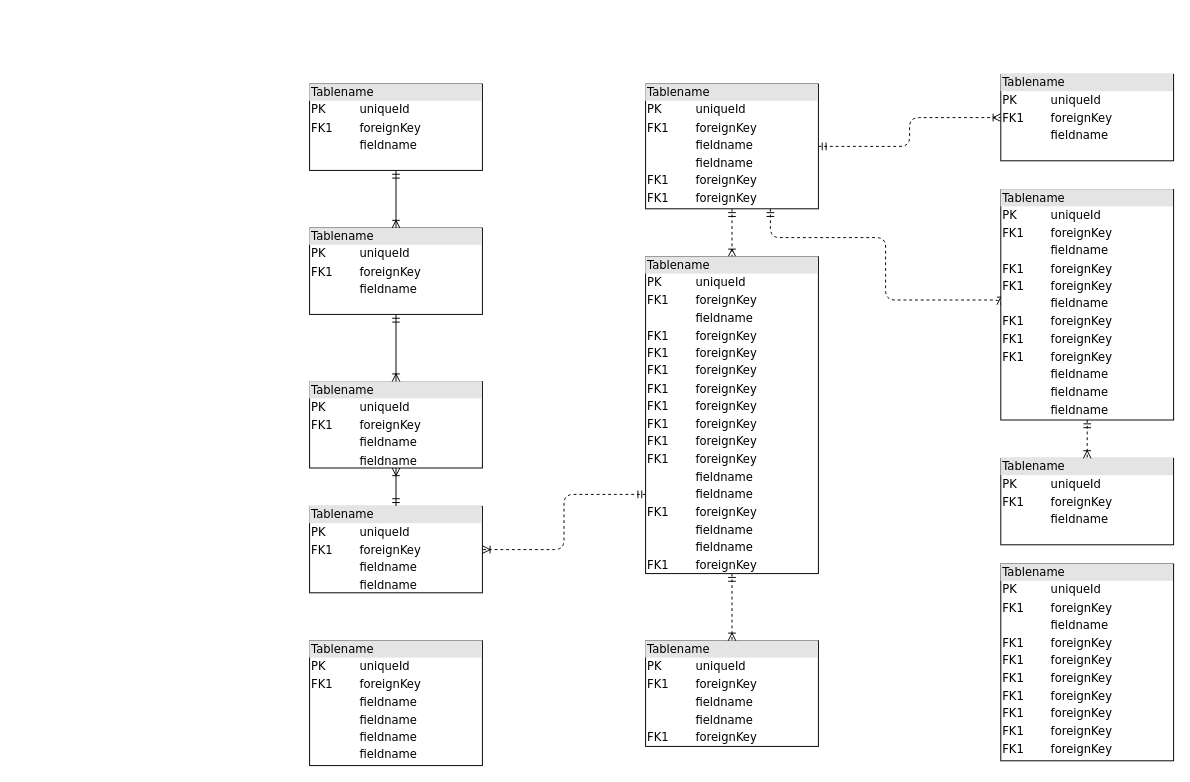
Before: Diagrama sin título.drawio in TechPioneerSV/DiagramaPV, a draw.io diagram. Source tidied: cells renumbered, new cells numbered last; positions are measured from the earlier drawing's top-left corner, leaving out a move shared by most shapes. Both pictures are drawn from the tidied source at 96%, with x=0, y=0 at pixel (309, 74).
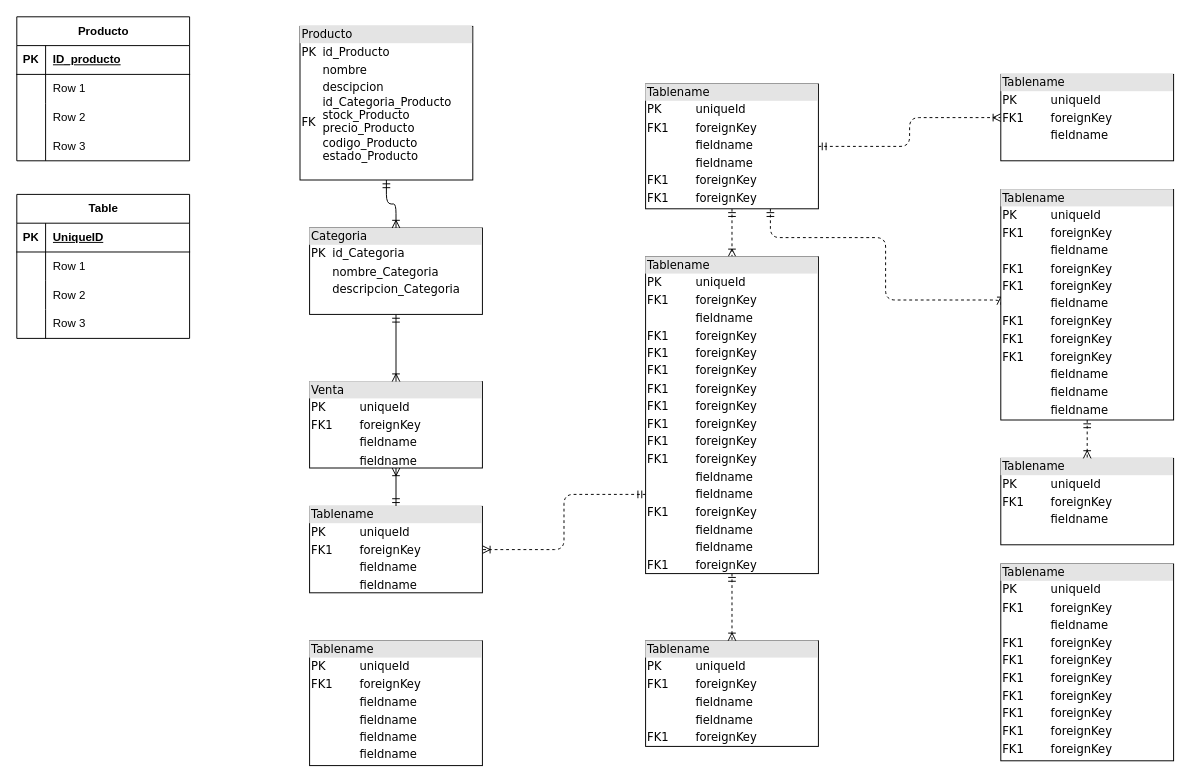
The same page after the edit.

The edit, as a diff of the source:
```diff
@@
-    <mxCell id="2" value="&lt;div style=&quot;box-sizing:border-box;width:100%;background:#e4e4e4;padding:2px;&quot;&gt;Tablename&lt;/div&gt;&lt;table style=&quot;width:100%;font-size:1em;&quot; cellpadding=&quot;2&quot; cellspacing=&quot;0&quot;&gt;&lt;tr&gt;&lt;td&gt;PK&lt;/td&gt;&lt;td&gt;uniqueId&lt;/td&gt;&lt;/tr&gt;&lt;tr&gt;&lt;td&gt;FK1&lt;/td&gt;&lt;td&gt;foreignKey&lt;/td&gt;&lt;/tr&gt;&lt;tr&gt;&lt;td&gt;&lt;/td&gt;&lt;td&gt;fieldname&lt;/td&gt;&lt;/tr&gt;&lt;/table&gt;" style="verticalAlign=top;align=left;overflow=fill;html=1;rounded=0;shadow=0;comic=0;labelBackgroundColor=none;strokeWidth=1;fontFamily=Verdana;fontSize=12;" parent="1" vertex="1">
-      <mxGeometry y="10" width="180" height="90" as="geometry" />
+    <mxCell id="2" value="&lt;div style=&quot;box-sizing:border-box;width:100%;background:#e4e4e4;padding:2px;&quot;&gt;Producto&lt;/div&gt;&lt;table style=&quot;width:100%;font-size:1em;&quot; cellpadding=&quot;2&quot; cellspacing=&quot;0&quot;&gt;&lt;tbody&gt;&lt;tr&gt;&lt;td&gt;PK&lt;/td&gt;&lt;td&gt;id_Producto&lt;/td&gt;&lt;/tr&gt;&lt;tr&gt;&lt;td&gt;&lt;br&gt;&lt;/td&gt;&lt;td&gt;nombre&lt;br&gt;&lt;/td&gt;&lt;/tr&gt;&lt;tr&gt;&lt;td&gt;FK&lt;br&gt;&lt;br&gt;&lt;/td&gt;&lt;td&gt;descipcion&lt;br&gt;id_Categoria_Producto&lt;br&gt;stock_Producto&lt;br&gt;precio_Producto&lt;br&gt;codigo_Producto&lt;br&gt;estado_Producto&lt;br&gt;&lt;br&gt;&lt;/td&gt;&lt;/tr&gt;&lt;/tbody&gt;&lt;/table&gt;" style="verticalAlign=top;align=left;overflow=fill;html=1;rounded=0;shadow=0;comic=0;labelBackgroundColor=none;strokeWidth=1;fontFamily=Verdana;fontSize=12;" parent="1" vertex="1">
+      <mxGeometry x="-10" y="-50" width="180" height="160" as="geometry" />
     </mxCell>
@@
-    <mxCell id="10" value="&lt;div style=&quot;box-sizing: border-box ; width: 100% ; background: #e4e4e4 ; padding: 2px&quot;&gt;Tablename&lt;/div&gt;&lt;table style=&quot;width: 100% ; font-size: 1em&quot; cellpadding=&quot;2&quot; cellspacing=&quot;0&quot;&gt;&lt;tbody&gt;&lt;tr&gt;&lt;td&gt;PK&lt;/td&gt;&lt;td&gt;uniqueId&lt;/td&gt;&lt;/tr&gt;&lt;tr&gt;&lt;td&gt;FK1&lt;/td&gt;&lt;td&gt;foreignKey&lt;/td&gt;&lt;/tr&gt;&lt;tr&gt;&lt;td&gt;&lt;/td&gt;&lt;td&gt;fieldname&lt;/td&gt;&lt;/tr&gt;&lt;tr&gt;&lt;td&gt;&lt;br&gt;&lt;/td&gt;&lt;td&gt;fieldname&lt;br&gt;&lt;/td&gt;&lt;/tr&gt;&lt;/tbody&gt;&lt;/table&gt;" style="verticalAlign=top;align=left;overflow=fill;html=1;rounded=0;shadow=0;comic=0;labelBackgroundColor=none;strokeWidth=1;fontFamily=Verdana;fontSize=12;" parent="1" vertex="1">
+    <mxCell id="10" value="&lt;div style=&quot;box-sizing: border-box ; width: 100% ; background: #e4e4e4 ; padding: 2px&quot;&gt;Venta&lt;/div&gt;&lt;table style=&quot;width: 100% ; font-size: 1em&quot; cellpadding=&quot;2&quot; cellspacing=&quot;0&quot;&gt;&lt;tbody&gt;&lt;tr&gt;&lt;td&gt;PK&lt;/td&gt;&lt;td&gt;uniqueId&lt;/td&gt;&lt;/tr&gt;&lt;tr&gt;&lt;td&gt;FK1&lt;/td&gt;&lt;td&gt;foreignKey&lt;/td&gt;&lt;/tr&gt;&lt;tr&gt;&lt;td&gt;&lt;/td&gt;&lt;td&gt;fieldname&lt;/td&gt;&lt;/tr&gt;&lt;tr&gt;&lt;td&gt;&lt;br&gt;&lt;/td&gt;&lt;td&gt;fieldname&lt;br&gt;&lt;/td&gt;&lt;/tr&gt;&lt;/tbody&gt;&lt;/table&gt;" style="verticalAlign=top;align=left;overflow=fill;html=1;rounded=0;shadow=0;comic=0;labelBackgroundColor=none;strokeWidth=1;fontFamily=Verdana;fontSize=12;" parent="1" vertex="1">
       <mxGeometry y="320" width="180" height="90" as="geometry" />
     </mxCell>
@@
-    <mxCell id="12" value="&lt;div style=&quot;box-sizing:border-box;width:100%;background:#e4e4e4;padding:2px;&quot;&gt;Tablename&lt;/div&gt;&lt;table style=&quot;width:100%;font-size:1em;&quot; cellpadding=&quot;2&quot; cellspacing=&quot;0&quot;&gt;&lt;tr&gt;&lt;td&gt;PK&lt;/td&gt;&lt;td&gt;uniqueId&lt;/td&gt;&lt;/tr&gt;&lt;tr&gt;&lt;td&gt;FK1&lt;/td&gt;&lt;td&gt;foreignKey&lt;/td&gt;&lt;/tr&gt;&lt;tr&gt;&lt;td&gt;&lt;/td&gt;&lt;td&gt;fieldname&lt;/td&gt;&lt;/tr&gt;&lt;/table&gt;" style="verticalAlign=top;align=left;overflow=fill;html=1;rounded=0;shadow=0;comic=0;labelBackgroundColor=none;strokeWidth=1;fontFamily=Verdana;fontSize=12;" parent="1" vertex="1">
+    <mxCell id="12" value="&lt;div style=&quot;box-sizing:border-box;width:100%;background:#e4e4e4;padding:2px;&quot;&gt;Categoria&lt;/div&gt;&lt;table style=&quot;width:100%;font-size:1em;&quot; cellpadding=&quot;2&quot; cellspacing=&quot;0&quot;&gt;&lt;tbody&gt;&lt;tr&gt;&lt;td&gt;PK&lt;/td&gt;&lt;td&gt;id_Categoria&lt;/td&gt;&lt;/tr&gt;&lt;tr&gt;&lt;td&gt;&lt;br&gt;&lt;/td&gt;&lt;td&gt;nombre_Categoria&lt;/td&gt;&lt;/tr&gt;&lt;tr&gt;&lt;td&gt;&lt;/td&gt;&lt;td&gt;descripcion_Categoria&lt;/td&gt;&lt;/tr&gt;&lt;/tbody&gt;&lt;/table&gt;" style="verticalAlign=top;align=left;overflow=fill;html=1;rounded=0;shadow=0;comic=0;labelBackgroundColor=none;strokeWidth=1;fontFamily=Verdana;fontSize=12;" parent="1" vertex="1">
       <mxGeometry y="160" width="180" height="90" as="geometry" />
     </mxCell>
@@
+    <mxCell id="23" value="Producto" style="shape=table;startSize=30;childLayout=tableLayout;rowLines=0;fontStyle=1;align=center;html=1;" parent="1" vertex="1">
+      <mxGeometry x="-305" y="-60" width="180" height="150" as="geometry" />
+    </mxCell>
+    <mxCell id="24" style="shape=tableRow;horizontal=0;startSize=0;swimlaneHead=0;swimlaneBody=0;fillColor=none;top=0;left=0;right=0;bottom=1;" parent="23" vertex="1">
+      <mxGeometry y="30" width="180" height="30" as="geometry" />
+    </mxCell>
+    <mxCell id="25" value="PK" style="shape=partialRectangle;fillColor=none;top=0;left=0;bottom=0;right=0;fontStyle=1;overflow=hidden;whiteSpace=wrap;html=1;" parent="24" vertex="1">
+      <mxGeometry width="30" height="30" as="geometry" />
+    </mxCell>
+    <mxCell id="26" value="ID_producto" style="shape=partialRectangle;fillColor=none;top=0;left=0;bottom=0;right=0;align=left;spacingLeft=6;fontStyle=5;overflow=hidden;whiteSpace=wrap;html=1;" parent="24" vertex="1">
+      <mxGeometry x="30" width="150" height="30" as="geometry" />
+    </mxCell>
+    <mxCell id="27" style="shape=tableRow;horizontal=0;startSize=0;swimlaneHead=0;swimlaneBody=0;fillColor=none;top=0;left=0;right=0;bottom=0;" parent="23" vertex="1">
+      <mxGeometry y="60" width="180" height="30" as="geometry" />
+    </mxCell>
+    <mxCell id="28" style="shape=partialRectangle;fillColor=none;top=0;left=0;bottom=0;right=0;overflow=hidden;whiteSpace=wrap;html=1;" parent="27" vertex="1">
+      <mxGeometry width="30" height="30" as="geometry" />
+    </mxCell>
+    <mxCell id="29" value="Row 1" style="shape=partialRectangle;fillColor=none;top=0;left=0;bottom=0;right=0;align=left;spacingLeft=6;overflow=hidden;whiteSpace=wrap;html=1;" parent="27" vertex="1">
+      <mxGeometry x="30" width="150" height="30" as="geometry" />
+    </mxCell>
+    <mxCell id="30" style="shape=tableRow;horizontal=0;startSize=0;swimlaneHead=0;swimlaneBody=0;fillColor=none;top=0;left=0;right=0;bottom=0;" parent="23" vertex="1">
+      <mxGeometry y="90" width="180" height="30" as="geometry" />
+    </mxCell>
+    <mxCell id="31" style="shape=partialRectangle;fillColor=none;top=0;left=0;bottom=0;right=0;overflow=hidden;whiteSpace=wrap;html=1;" parent="30" vertex="1">
+      <mxGeometry width="30" height="30" as="geometry" />
+    </mxCell>
+    <mxCell id="32" value="Row 2" style="shape=partialRectangle;fillColor=none;top=0;left=0;bottom=0;right=0;align=left;spacingLeft=6;overflow=hidden;whiteSpace=wrap;html=1;" parent="30" vertex="1">
+      <mxGeometry x="30" width="150" height="30" as="geometry" />
+    </mxCell>
+    <mxCell id="33" style="shape=tableRow;horizontal=0;startSize=0;swimlaneHead=0;swimlaneBody=0;fillColor=none;top=0;left=0;right=0;bottom=0;" parent="23" vertex="1">
+      <mxGeometry y="120" width="180" height="30" as="geometry" />
+    </mxCell>
+    <mxCell id="34" style="shape=partialRectangle;fillColor=none;top=0;left=0;bottom=0;right=0;overflow=hidden;whiteSpace=wrap;html=1;" parent="33" vertex="1">
+      <mxGeometry width="30" height="30" as="geometry" />
+    </mxCell>
+    <mxCell id="35" value="Row 3" style="shape=partialRectangle;fillColor=none;top=0;left=0;bottom=0;right=0;align=left;spacingLeft=6;overflow=hidden;whiteSpace=wrap;html=1;" parent="33" vertex="1">
+      <mxGeometry x="30" width="150" height="30" as="geometry" />
+    </mxCell>
+    <mxCell id="36" value="Table" style="shape=table;startSize=30;childLayout=tableLayout;rowLines=0;fontStyle=1;align=center;html=1;" parent="1" vertex="1">
+      <mxGeometry x="-305" y="125" width="180" height="150" as="geometry" />
+    </mxCell>
+    <mxCell id="37" style="shape=tableRow;horizontal=0;startSize=0;swimlaneHead=0;swimlaneBody=0;fillColor=none;top=0;left=0;right=0;bottom=1;" parent="36" vertex="1">
+      <mxGeometry y="30" width="180" height="30" as="geometry" />
+    </mxCell>
+    <mxCell id="38" value="PK" style="shape=partialRectangle;fillColor=none;top=0;left=0;bottom=0;right=0;fontStyle=1;overflow=hidden;whiteSpace=wrap;html=1;" parent="37" vertex="1">
+      <mxGeometry width="30" height="30" as="geometry" />
+    </mxCell>
+    <mxCell id="39" value="UniqueID" style="shape=partialRectangle;fillColor=none;top=0;left=0;bottom=0;right=0;align=left;spacingLeft=6;fontStyle=5;overflow=hidden;whiteSpace=wrap;html=1;" parent="37" vertex="1">
+      <mxGeometry x="30" width="150" height="30" as="geometry" />
+    </mxCell>
+    <mxCell id="40" style="shape=tableRow;horizontal=0;startSize=0;swimlaneHead=0;swimlaneBody=0;fillColor=none;top=0;left=0;right=0;bottom=0;" parent="36" vertex="1">
+      <mxGeometry y="60" width="180" height="30" as="geometry" />
+    </mxCell>
+    <mxCell id="41" style="shape=partialRectangle;fillColor=none;top=0;left=0;bottom=0;right=0;overflow=hidden;whiteSpace=wrap;html=1;" parent="40" vertex="1">
+      <mxGeometry width="30" height="30" as="geometry" />
+    </mxCell>
+    <mxCell id="42" value="Row 1" style="shape=partialRectangle;fillColor=none;top=0;left=0;bottom=0;right=0;align=left;spacingLeft=6;overflow=hidden;whiteSpace=wrap;html=1;" parent="40" vertex="1">
+      <mxGeometry x="30" width="150" height="30" as="geometry" />
+    </mxCell>
+    <mxCell id="43" style="shape=tableRow;horizontal=0;startSize=0;swimlaneHead=0;swimlaneBody=0;fillColor=none;top=0;left=0;right=0;bottom=0;" parent="36" vertex="1">
+      <mxGeometry y="90" width="180" height="30" as="geometry" />
+    </mxCell>
+    <mxCell id="44" style="shape=partialRectangle;fillColor=none;top=0;left=0;bottom=0;right=0;overflow=hidden;whiteSpace=wrap;html=1;" parent="43" vertex="1">
+      <mxGeometry width="30" height="30" as="geometry" />
+    </mxCell>
+    <mxCell id="45" value="Row 2" style="shape=partialRectangle;fillColor=none;top=0;left=0;bottom=0;right=0;align=left;spacingLeft=6;overflow=hidden;whiteSpace=wrap;html=1;" parent="43" vertex="1">
+      <mxGeometry x="30" width="150" height="30" as="geometry" />
+    </mxCell>
+    <mxCell id="46" style="shape=tableRow;horizontal=0;startSize=0;swimlaneHead=0;swimlaneBody=0;fillColor=none;top=0;left=0;right=0;bottom=0;" parent="36" vertex="1">
+      <mxGeometry y="120" width="180" height="30" as="geometry" />
+    </mxCell>
+    <mxCell id="47" style="shape=partialRectangle;fillColor=none;top=0;left=0;bottom=0;right=0;overflow=hidden;whiteSpace=wrap;html=1;" parent="46" vertex="1">
+      <mxGeometry width="30" height="30" as="geometry" />
+    </mxCell>
+    <mxCell id="48" value="Row 3" style="shape=partialRectangle;fillColor=none;top=0;left=0;bottom=0;right=0;align=left;spacingLeft=6;overflow=hidden;whiteSpace=wrap;html=1;" parent="46" vertex="1">
+      <mxGeometry x="30" width="150" height="30" as="geometry" />
+    </mxCell>
```
